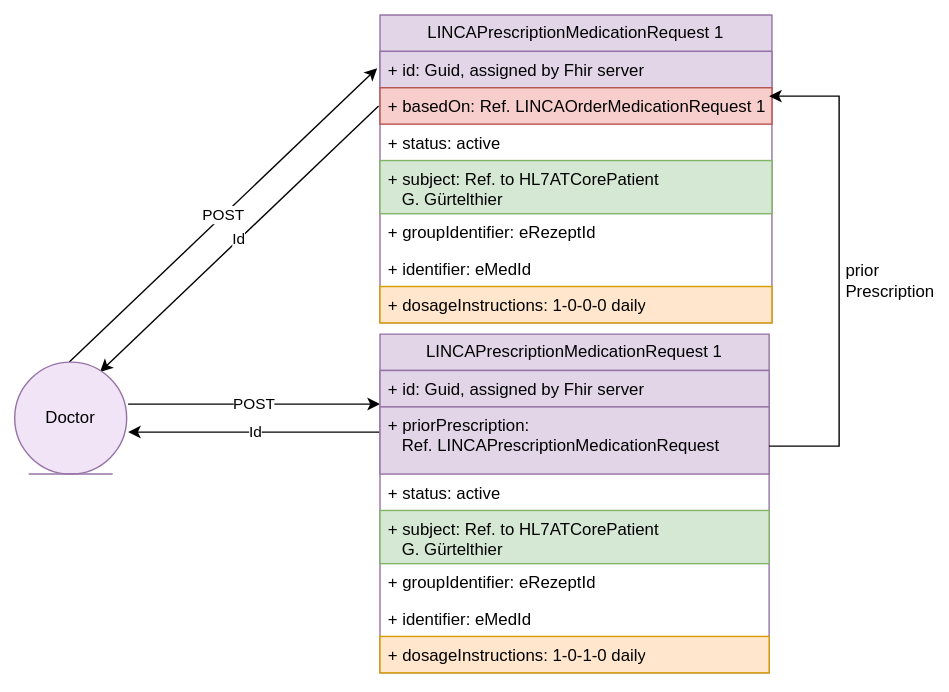
Before: r5-LinkedCare-dev/UserStory_012_diagram.svg, a diagram exported from draw.io (HL7Austria/hl7austria.github.io). Source tidied: cells renumbered, new cells last; positions are measured from the earlier drawing's top-left corner, leaving out a move shared by most shapes.
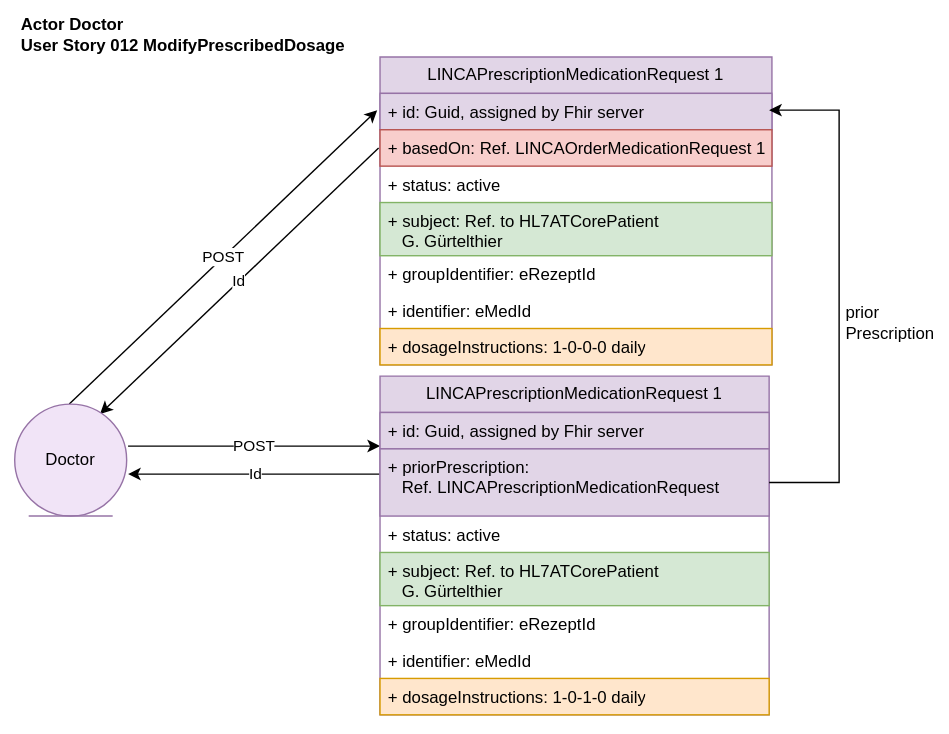
After the change.

What changed in the source:
```diff
@@ -2,6 +2,9 @@
   <root>
     <mxCell id="0" />
     <mxCell id="1" parent="0" />
+    <mxCell id="25" value="&lt;div style=&quot;text-align: left;&quot;&gt;&lt;span style=&quot;background-color: initial;&quot;&gt;Actor Doctor&lt;/span&gt;&lt;/div&gt;User Story 012 ModifyPrescribedDosage" style="text;align=center;fontStyle=1;verticalAlign=middle;spacingLeft=3;spacingRight=3;strokeColor=none;html=1;" parent="1" vertex="1">
+      <mxGeometry y="-29" width="240" height="26" as="geometry" />
+    </mxCell>
     <mxCell id="2" value="POST" style="endArrow=classic;html=1;rounded=0;" parent="1" edge="1">
       <mxGeometry relative="1" as="geometry">
         <mxPoint x="81" y="278" as="sourcePoint" />
@@ -62,13 +65,12 @@
     <mxCell id="19" value="+ dosageInstructions: 1-0-1-0 daily" style="text;align=left;verticalAlign=top;spacingLeft=4;spacingRight=4;overflow=hidden;whiteSpace=wrap;html=1;fillColor=#ffe6cc;strokeColor=#d79b00;" parent="12" vertex="1">
       <mxGeometry y="216" width="278" height="26" as="geometry" />
     </mxCell>
-    <mxCell id="20" style="endArrow=classic;html=1;rounded=0;" parent="1" edge="1">
+    <mxCell id="20" style="endArrow=classic;html=1;rounded=0;exitX=1;exitY=0.5;exitDx=0;exitDy=0;" parent="1" edge="1" source="14">
       <mxGeometry relative="1" as="geometry">
-        <mxPoint x="539" y="308" as="sourcePoint" />
-        <mxPoint x="539" y="58" as="targetPoint" />
+        <mxPoint x="539" y="38" as="targetPoint" />
         <Array as="points">
-          <mxPoint x="589" y="308" />
-          <mxPoint x="589" y="58" />
+          <mxPoint x="589" y="304" />
+          <mxPoint x="589" y="38" />
         </Array>
       </mxGeometry>
     </mxCell>
```
